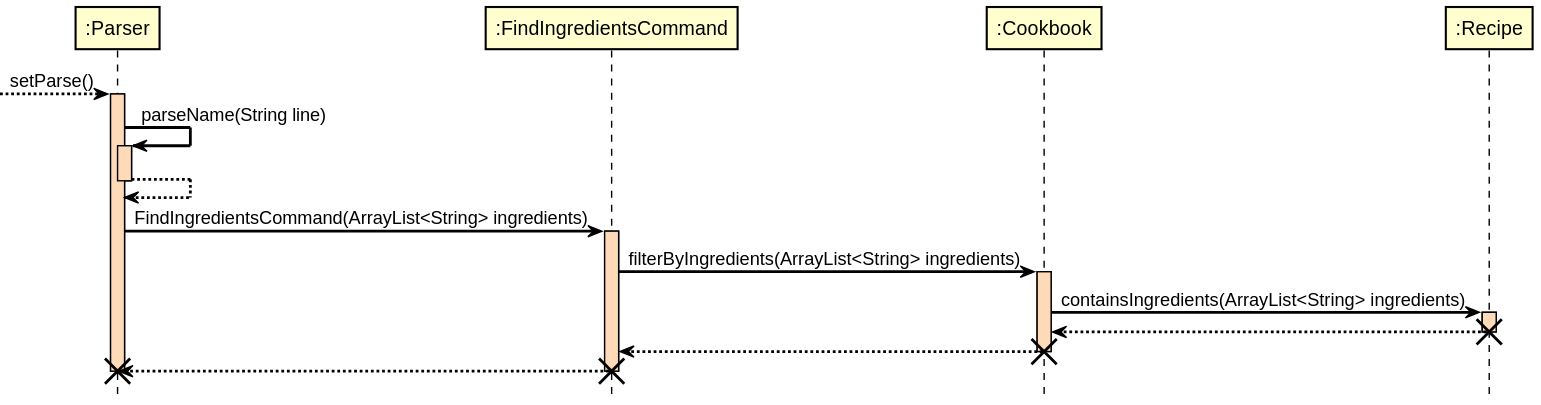
nus-cs2113-AY2122S1/tp keeps this PlantUML diagram as docs/RenderedUML/Find.svg. Above is the earlier version. Its diagram source:
```plantuml
@startuml

hide footbox

!include Style.puml
skinparam sequence {
ParticipantBorderColor black
LifeLineBorderColor black
LifeLineBackgroundColor peachpuff
}

skinparam sequenceArrowColor black

--> ":Parser": setParse()
activate ":Parser"

":Parser" -> ":Parser": parseName(String line)
activate ":Parser"

":Parser" --> ":Parser"
deactivate ":Parser"

":Parser" -> ":FindIngredientsCommand": FindIngredientsCommand(ArrayList<String> ingredients)
activate ":FindIngredientsCommand"

":FindIngredientsCommand" -> ":Cookbook" : filterByIngredients(ArrayList<String> ingredients)
activate ":Cookbook"

":Cookbook" -> ":Recipe": containsIngredients(ArrayList<String> ingredients)
activate ":Recipe"

":Recipe" --> ":Cookbook"
destroy ":Recipe"

":Cookbook" --> ":FindIngredientsCommand"
destroy ":Cookbook"

":FindIngredientsCommand" --> ":Parser"
destroy ":FindIngredientsCommand"

destroy ":Parser"

@enduml
```
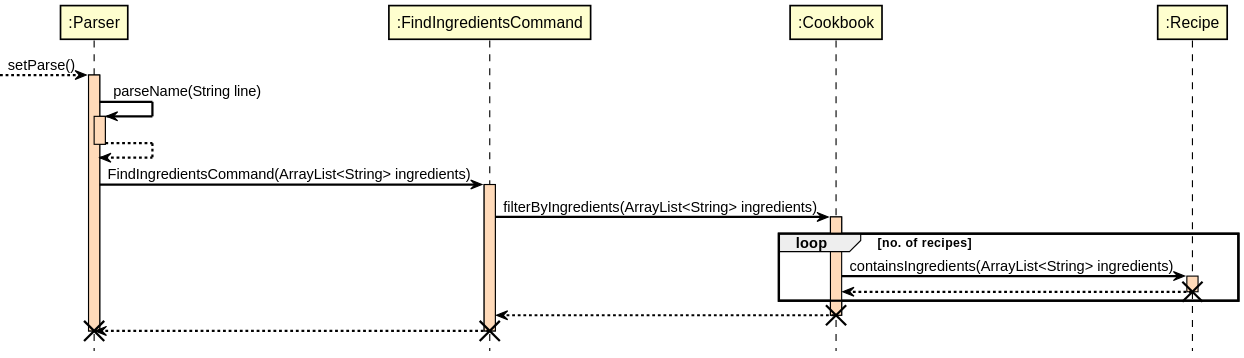
Above is the later version.

Commit message:
Edit sequence diagram in the Parser component of the DG

What changed in the source:
```diff
@@ -26,11 +26,13 @@
 ":FindIngredientsCommand" -> ":Cookbook" : filterByIngredients(ArrayList<String> ingredients)
 activate ":Cookbook"
 
+loop no. of recipes
 ":Cookbook" -> ":Recipe": containsIngredients(ArrayList<String> ingredients)
 activate ":Recipe"
 
 ":Recipe" --> ":Cookbook"
 destroy ":Recipe"
+end
 
 ":Cookbook" --> ":FindIngredientsCommand"
 destroy ":Cookbook"
```
